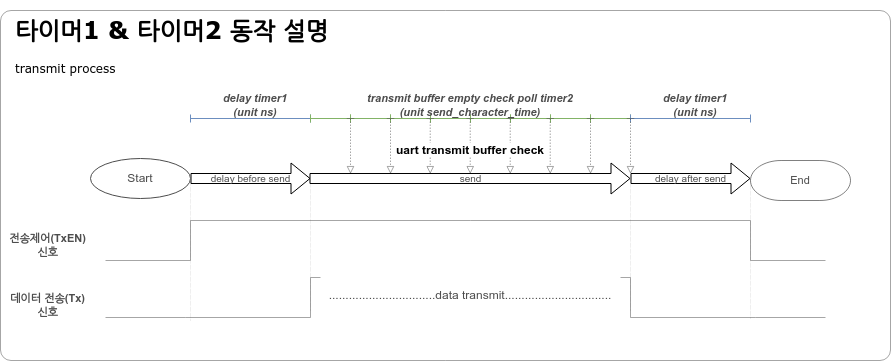
lchy0113/tcc_develop keeps this draw.io diagram as images/AMBA-PL011_RS485_04.png. Above is the earlier version. Source tidied: cells renumbered, new cells last; positions are measured from the earlier drawing's top-left corner, leaving out a move shared by most shapes.
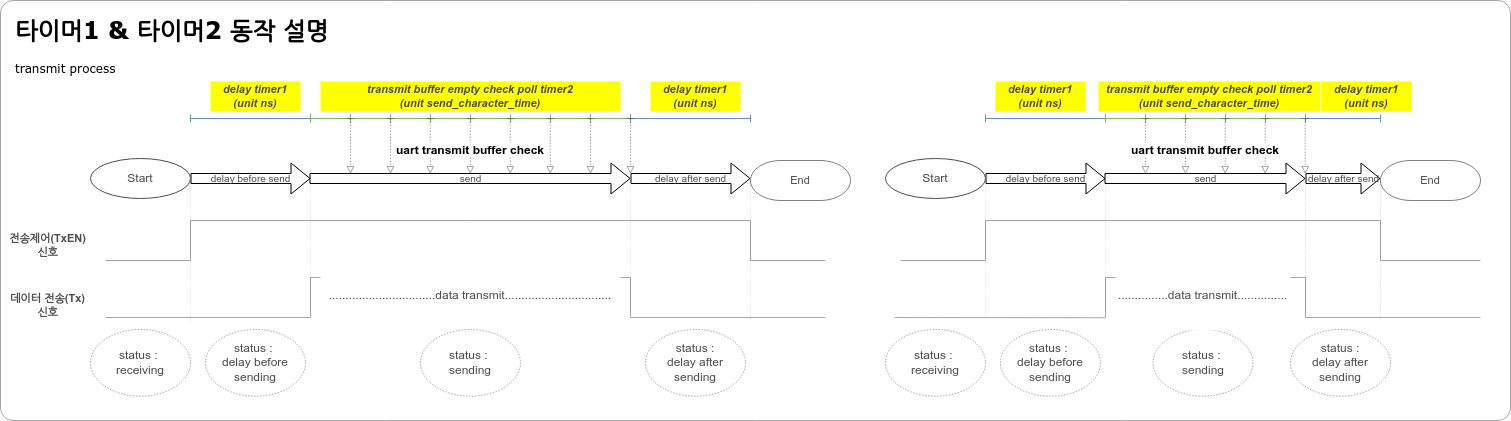
The same diagram one commit later.

The edit, as a diff of the source:
```diff
@@ -3,7 +3,7 @@
     <mxCell id="0" />
     <mxCell id="1" parent="0" />
     <mxCell id="2" style="rounded=1;whiteSpace=wrap;html=1;arcSize=3;strokeWidth=0.5;strokeColor=#4D4D4D;" parent="1" vertex="1">
-      <mxGeometry width="890" height="350" as="geometry" />
+      <mxGeometry y="-10" width="1510" height="420" as="geometry" />
     </mxCell>
     <mxCell id="3" value="&lt;h1&gt;&lt;font face=&quot;Verdana&quot;&gt;타이머1 &amp;amp; 타이머2 동작 설명&amp;nbsp;&lt;/font&gt;&lt;/h1&gt;&lt;p&gt;&lt;font face=&quot;Verdana&quot;&gt;transmit process&lt;/font&gt;&lt;/p&gt;" style="text;html=1;strokeColor=none;fillColor=none;spacing=5;spacingTop=-20;whiteSpace=wrap;overflow=hidden;rounded=0;" parent="1" vertex="1">
       <mxGeometry x="10" width="340" height="140" as="geometry" />
@@ -80,8 +80,8 @@
         <mxPoint x="630" y="108" as="targetPoint" />
       </mxGeometry>
     </mxCell>
-    <mxCell id="16" value="delay timer1&lt;br&gt;(unit ns)" style="text;html=1;align=center;verticalAlign=middle;whiteSpace=wrap;rounded=0;fontSize=11;fontColor=#4D4D4D;fontStyle=3;labelBackgroundColor=none;labelBorderColor=none;" parent="1" vertex="1">
-      <mxGeometry x="210" y="80" width="90" height="30" as="geometry" />
+    <mxCell id="16" value="delay timer1&lt;br&gt;(unit ns)" style="text;html=1;align=center;verticalAlign=middle;whiteSpace=wrap;rounded=0;fontSize=11;fontColor=#4D4D4D;fontStyle=3;labelBackgroundColor=none;labelBorderColor=none;fillColor=#FFFF00;" parent="1" vertex="1">
+      <mxGeometry x="210" y="71" width="90" height="30" as="geometry" />
     </mxCell>
     <mxCell id="17" style="endArrow=baseDash;startArrow=baseDash;html=1;rounded=0;fillColor=#dae8fc;strokeColor=#6c8ebf;startFill=0;endFill=0;" parent="1" edge="1">
       <mxGeometry relative="1" as="geometry">
@@ -89,11 +89,11 @@
         <mxPoint x="750" y="108" as="targetPoint" />
       </mxGeometry>
     </mxCell>
-    <mxCell id="18" value="delay timer1&lt;br&gt;(unit ns)" style="text;html=1;align=center;verticalAlign=middle;whiteSpace=wrap;rounded=0;fontSize=11;fontColor=#4D4D4D;fontStyle=3;labelBackgroundColor=none;labelBorderColor=none;" parent="1" vertex="1">
-      <mxGeometry x="650" y="80" width="90" height="30" as="geometry" />
+    <mxCell id="18" value="delay timer1&lt;br&gt;(unit ns)" style="text;html=1;align=center;verticalAlign=middle;whiteSpace=wrap;rounded=0;fontSize=11;fontColor=#4D4D4D;fontStyle=3;labelBackgroundColor=none;labelBorderColor=none;fillColor=#FFFF00;" parent="1" vertex="1">
+      <mxGeometry x="650" y="71" width="90" height="30" as="geometry" />
     </mxCell>
-    <mxCell id="19" value="transmit buffer empty check poll timer2&lt;br&gt;(unit send_character_time)" style="text;html=1;align=center;verticalAlign=middle;whiteSpace=wrap;rounded=0;fontSize=11;fontColor=#4D4D4D;fontStyle=3;labelBackgroundColor=none;labelBorderColor=none;" parent="1" vertex="1">
-      <mxGeometry x="320" y="80" width="300" height="30" as="geometry" />
+    <mxCell id="19" value="transmit buffer empty check poll timer2&lt;br&gt;(unit send_character_time)" style="text;html=1;align=center;verticalAlign=middle;whiteSpace=wrap;rounded=0;fontSize=11;fontColor=#4D4D4D;fontStyle=3;labelBackgroundColor=none;labelBorderColor=none;fillColor=#FFFF00;" parent="1" vertex="1">
+      <mxGeometry x="320" y="71" width="300" height="30" as="geometry" />
     </mxCell>
     <mxCell id="20" style="endArrow=block;startArrow=baseDash;html=1;rounded=0;fillColor=#d5e8d4;strokeColor=#4D4D4D;startFill=0;endFill=0;dashed=1;strokeWidth=0.5;labelBorderColor=none;" parent="1" edge="1">
       <mxGeometry y="20" relative="1" as="geometry">
@@ -211,5 +211,212 @@
     <mxCell id="39" value="Start" style="strokeWidth=1;html=1;shape=mxgraph.flowchart.start_1;whiteSpace=wrap;strokeColor=#4D4D4D;fontColor=#4D4D4D;" parent="1" vertex="1">
       <mxGeometry x="90" y="148" width="100" height="40" as="geometry" />
     </mxCell>
+    <mxCell id="40" value="status :&amp;nbsp;&lt;br&gt;receiving" style="ellipse;whiteSpace=wrap;html=1;strokeColor=#4D4D4D;strokeWidth=0.5;fontColor=#4D4D4D;dashed=1;" parent="1" vertex="1">
+      <mxGeometry x="90" y="319" width="100" height="66.7" as="geometry" />
+    </mxCell>
+    <mxCell id="41" value="status :&amp;nbsp;&lt;br&gt;delay before sending" style="ellipse;whiteSpace=wrap;html=1;strokeColor=#4D4D4D;strokeWidth=0.5;fontColor=#4D4D4D;dashed=1;" parent="1" vertex="1">
+      <mxGeometry x="205" y="319" width="100" height="66.7" as="geometry" />
+    </mxCell>
+    <mxCell id="42" value="status :&amp;nbsp;&lt;br&gt;sending" style="ellipse;whiteSpace=wrap;html=1;strokeColor=#4D4D4D;strokeWidth=0.5;fontColor=#4D4D4D;dashed=1;" parent="1" vertex="1">
+      <mxGeometry x="420" y="319" width="100" height="66.7" as="geometry" />
+    </mxCell>
+    <mxCell id="43" value="status :&lt;br&gt;delay after sending" style="ellipse;whiteSpace=wrap;html=1;strokeColor=#4D4D4D;strokeWidth=0.5;fontColor=#4D4D4D;dashed=1;" parent="1" vertex="1">
+      <mxGeometry x="645" y="319" width="100" height="66.7" as="geometry" />
+    </mxCell>
+    <mxCell id="44" value="delay before send" style="shape=flexArrow;endArrow=classic;html=1;rounded=0;fontSize=10;labelBackgroundColor=none;fontColor=#4D4D4D;" parent="1" edge="1">
+      <mxGeometry relative="1" as="geometry">
+        <mxPoint x="985" y="168" as="sourcePoint" />
+        <mxPoint x="1105" y="168" as="targetPoint" />
+      </mxGeometry>
+    </mxCell>
+    <mxCell id="45" value="send" style="shape=flexArrow;endArrow=classic;html=1;rounded=0;fontSize=10;labelBackgroundColor=none;fontColor=#4D4D4D;" parent="1" edge="1">
+      <mxGeometry relative="1" as="geometry">
+        <mxPoint x="1104" y="168" as="sourcePoint" />
+        <mxPoint x="1305" y="168" as="targetPoint" />
+      </mxGeometry>
+    </mxCell>
+    <mxCell id="46" value="delay after send" style="shape=flexArrow;endArrow=classic;html=1;rounded=0;fontSize=10;labelBackgroundColor=none;fontColor=#4D4D4D;" parent="1" edge="1">
+      <mxGeometry relative="1" as="geometry">
+        <mxPoint x="1305" y="168" as="sourcePoint" />
+        <mxPoint x="1380" y="168" as="targetPoint" />
+      </mxGeometry>
+    </mxCell>
+    <mxCell id="47" style="endArrow=baseDash;startArrow=baseDash;html=1;rounded=0;fillColor=#dae8fc;strokeColor=#6c8ebf;startFill=0;endFill=0;" parent="1" edge="1">
+      <mxGeometry relative="1" as="geometry">
+        <mxPoint x="985" y="108" as="sourcePoint" />
+        <mxPoint x="1105" y="108" as="targetPoint" />
+      </mxGeometry>
+    </mxCell>
+    <mxCell id="48" style="endArrow=baseDash;startArrow=baseDash;html=1;rounded=0;fillColor=#d5e8d4;strokeColor=#82b366;startFill=0;endFill=0;" parent="1" edge="1">
+      <mxGeometry y="20" relative="1" as="geometry">
+        <mxPoint x="1105" y="108" as="sourcePoint" />
+        <mxPoint x="1145" y="108" as="targetPoint" />
+      </mxGeometry>
+    </mxCell>
+    <mxCell id="49" style="endArrow=baseDash;startArrow=baseDash;html=1;rounded=0;fillColor=#d5e8d4;strokeColor=#82b366;startFill=0;endFill=0;" parent="1" edge="1">
+      <mxGeometry y="20" relative="1" as="geometry">
+        <mxPoint x="1145" y="108" as="sourcePoint" />
+        <mxPoint x="1185" y="108" as="targetPoint" />
+      </mxGeometry>
+    </mxCell>
+    <mxCell id="50" style="endArrow=baseDash;startArrow=baseDash;html=1;rounded=0;fillColor=#d5e8d4;strokeColor=#82b366;startFill=0;endFill=0;" parent="1" edge="1">
+      <mxGeometry y="20" relative="1" as="geometry">
+        <mxPoint x="1185" y="108" as="sourcePoint" />
+        <mxPoint x="1225" y="108" as="targetPoint" />
+      </mxGeometry>
+    </mxCell>
+    <mxCell id="51" style="endArrow=baseDash;startArrow=baseDash;html=1;rounded=0;fillColor=#d5e8d4;strokeColor=#82b366;startFill=0;endFill=0;" parent="1" edge="1">
+      <mxGeometry y="20" relative="1" as="geometry">
+        <mxPoint x="1225" y="108" as="sourcePoint" />
+        <mxPoint x="1265" y="108" as="targetPoint" />
+      </mxGeometry>
+    </mxCell>
+    <mxCell id="52" style="endArrow=baseDash;startArrow=baseDash;html=1;rounded=0;fillColor=#d5e8d4;strokeColor=#82b366;startFill=0;endFill=0;" parent="1" edge="1">
+      <mxGeometry y="20" relative="1" as="geometry">
+        <mxPoint x="1265" y="108" as="sourcePoint" />
+        <mxPoint x="1305" y="108" as="targetPoint" />
+      </mxGeometry>
+    </mxCell>
+    <mxCell id="53" style="endArrow=baseDash;startArrow=baseDash;html=1;rounded=0;fillColor=#dae8fc;strokeColor=#6c8ebf;startFill=0;endFill=0;" parent="1" edge="1">
+      <mxGeometry relative="1" as="geometry">
+        <mxPoint x="1305" y="108" as="sourcePoint" />
+        <mxPoint x="1380" y="108" as="targetPoint" />
+      </mxGeometry>
+    </mxCell>
+    <mxCell id="54" value="transmit buffer empty check poll timer2&lt;br&gt;(unit send_character_time)" style="text;html=1;align=center;verticalAlign=middle;whiteSpace=wrap;rounded=0;fontSize=11;fontColor=#4D4D4D;fontStyle=3;labelBackgroundColor=none;labelBorderColor=none;fillColor=#FFFF00;" parent="1" vertex="1">
+      <mxGeometry x="1098" y="71" width="222" height="30" as="geometry" />
+    </mxCell>
+    <mxCell id="55" style="endArrow=block;startArrow=baseDash;html=1;rounded=0;fillColor=#d5e8d4;strokeColor=#4D4D4D;startFill=0;endFill=0;dashed=1;strokeWidth=0.5;labelBorderColor=none;" parent="1" edge="1">
+      <mxGeometry y="20" relative="1" as="geometry">
+        <mxPoint x="1145" y="108" as="sourcePoint" />
+        <mxPoint x="1145" y="163" as="targetPoint" />
+      </mxGeometry>
+    </mxCell>
+    <mxCell id="56" style="endArrow=block;startArrow=baseDash;html=1;rounded=0;fillColor=#d5e8d4;strokeColor=#4D4D4D;startFill=0;endFill=0;dashed=1;strokeWidth=0.5;labelBorderColor=none;" parent="1" edge="1">
+      <mxGeometry y="20" relative="1" as="geometry">
+        <mxPoint x="1185" y="108" as="sourcePoint" />
+        <mxPoint x="1185" y="163" as="targetPoint" />
+      </mxGeometry>
+    </mxCell>
+    <mxCell id="57" style="endArrow=block;startArrow=baseDash;html=1;rounded=0;fillColor=#d5e8d4;strokeColor=#4D4D4D;startFill=0;endFill=0;dashed=1;strokeWidth=0.5;labelBorderColor=none;" parent="1" edge="1">
+      <mxGeometry y="20" relative="1" as="geometry">
+        <mxPoint x="1224.7" y="108" as="sourcePoint" />
+        <mxPoint x="1224.7" y="163" as="targetPoint" />
+      </mxGeometry>
+    </mxCell>
+    <mxCell id="58" style="endArrow=block;startArrow=baseDash;html=1;rounded=0;fillColor=#d5e8d4;strokeColor=#4D4D4D;startFill=0;endFill=0;dashed=1;strokeWidth=0.5;labelBorderColor=none;" parent="1" edge="1">
+      <mxGeometry y="20" relative="1" as="geometry">
+        <mxPoint x="1264.7" y="108" as="sourcePoint" />
+        <mxPoint x="1264.7" y="163" as="targetPoint" />
+      </mxGeometry>
+    </mxCell>
+    <mxCell id="59" style="endArrow=block;startArrow=baseDash;html=1;rounded=0;fillColor=#d5e8d4;strokeColor=#4D4D4D;startFill=0;endFill=0;dashed=1;strokeWidth=0.5;labelBorderColor=none;" parent="1" edge="1">
+      <mxGeometry y="20" relative="1" as="geometry">
+        <mxPoint x="1304.7" y="108" as="sourcePoint" />
+        <mxPoint x="1304.7" y="163" as="targetPoint" />
+      </mxGeometry>
+    </mxCell>
+    <mxCell id="60" value="&lt;b style=&quot;background-color: rgb(255, 255, 255);&quot;&gt;uart transmit buffer check&lt;/b&gt;" style="text;html=1;strokeColor=none;fillColor=none;align=center;verticalAlign=middle;whiteSpace=wrap;rounded=0;" parent="1" vertex="1">
+      <mxGeometry x="1125" y="125" width="160" height="30" as="geometry" />
+    </mxCell>
+    <mxCell id="61" value="End" style="strokeWidth=0.5;html=1;shape=mxgraph.flowchart.terminator;whiteSpace=wrap;fontColor=#4D4D4D;strokeColor=#000000;fontSize=11;" parent="1" vertex="1">
+      <mxGeometry x="1380" y="150" width="100" height="40" as="geometry" />
+    </mxCell>
+    <mxCell id="62" style="endArrow=none;html=1;rounded=0;strokeColor=#4D4D4D;strokeWidth=0.5;" parent="1" edge="1">
+      <mxGeometry relative="1" as="geometry">
+        <mxPoint x="1480" y="250" as="sourcePoint" />
+        <mxPoint x="900" y="250" as="targetPoint" />
+        <Array as="points">
+          <mxPoint x="1380" y="250" />
+          <mxPoint x="1380" y="210" />
+          <mxPoint x="985" y="210" />
+          <mxPoint x="985" y="250" />
+        </Array>
+      </mxGeometry>
+    </mxCell>
+    <mxCell id="63" style="endArrow=none;html=1;rounded=0;strokeColor=#4D4D4D;strokeWidth=0.5;exitX=0.698;exitY=0.542;exitDx=0;exitDy=0;exitPerimeter=0;" parent="1" edge="1">
+      <mxGeometry relative="1" as="geometry">
+        <mxPoint x="1104.7" y="307.3" as="sourcePoint" />
+        <mxPoint x="894" y="307" as="targetPoint" />
+      </mxGeometry>
+    </mxCell>
+    <mxCell id="64" style="endArrow=none;dashed=1;html=1;dashPattern=1 3;strokeWidth=0.3;rounded=0;strokeColor=#4D4D4D;" parent="1" edge="1">
+      <mxGeometry relative="1" as="geometry">
+        <mxPoint x="1105" y="300" as="sourcePoint" />
+        <mxPoint x="1105" y="170" as="targetPoint" />
+      </mxGeometry>
+    </mxCell>
+    <mxCell id="65" style="endArrow=none;dashed=1;html=1;dashPattern=1 3;strokeWidth=0.3;rounded=0;strokeColor=#4D4D4D;" parent="1" edge="1">
+      <mxGeometry relative="1" as="geometry">
+        <mxPoint x="1305" y="307" as="sourcePoint" />
+        <mxPoint x="1305" y="167" as="targetPoint" />
+      </mxGeometry>
+    </mxCell>
+    <mxCell id="66" style="endArrow=none;dashed=1;html=1;dashPattern=1 3;strokeWidth=0.3;rounded=0;strokeColor=#4D4D4D;entryX=1;entryY=0.5;entryDx=0;entryDy=0;entryPerimeter=0;" parent="1" edge="1">
+      <mxGeometry relative="1" as="geometry">
+        <mxPoint x="985" y="306" as="sourcePoint" />
+        <mxPoint x="985" y="166" as="targetPoint" />
+      </mxGeometry>
+    </mxCell>
+    <mxCell id="67" style="endArrow=none;dashed=1;html=1;dashPattern=1 3;strokeWidth=0.3;rounded=0;strokeColor=#4D4D4D;entryX=1;entryY=0.5;entryDx=0;entryDy=0;entryPerimeter=0;" parent="1" edge="1">
+      <mxGeometry relative="1" as="geometry">
+        <mxPoint x="1380" y="307" as="sourcePoint" />
+        <mxPoint x="1380" y="167" as="targetPoint" />
+      </mxGeometry>
+    </mxCell>
+    <mxCell id="68" value="Start" style="strokeWidth=1;html=1;shape=mxgraph.flowchart.start_1;whiteSpace=wrap;strokeColor=#4D4D4D;fontColor=#4D4D4D;" parent="1" vertex="1">
+      <mxGeometry x="885" y="148" width="100" height="40" as="geometry" />
+    </mxCell>
+    <mxCell id="69" value="status :&amp;nbsp;&lt;br&gt;receiving" style="ellipse;whiteSpace=wrap;html=1;strokeColor=#4D4D4D;strokeWidth=0.5;fontColor=#4D4D4D;dashed=1;" parent="1" vertex="1">
+      <mxGeometry x="885" y="319" width="100" height="66.7" as="geometry" />
+    </mxCell>
+    <mxCell id="70" value="status :&amp;nbsp;&lt;br&gt;delay before sending" style="ellipse;whiteSpace=wrap;html=1;strokeColor=#4D4D4D;strokeWidth=0.5;fontColor=#4D4D4D;dashed=1;" parent="1" vertex="1">
+      <mxGeometry x="1000" y="319" width="100" height="66.7" as="geometry" />
+    </mxCell>
+    <mxCell id="71" value="status :&amp;nbsp;&lt;br&gt;sending" style="ellipse;whiteSpace=wrap;html=1;strokeColor=#4D4D4D;strokeWidth=0.5;fontColor=#4D4D4D;dashed=1;" parent="1" vertex="1">
+      <mxGeometry x="1152.5" y="319" width="100" height="66.7" as="geometry" />
+    </mxCell>
+    <mxCell id="72" value="status :&lt;br&gt;delay after sending" style="ellipse;whiteSpace=wrap;html=1;strokeColor=#4D4D4D;strokeWidth=0.5;fontColor=#4D4D4D;dashed=1;" parent="1" vertex="1">
+      <mxGeometry x="1290" y="319" width="100" height="66.7" as="geometry" />
+    </mxCell>
+    <mxCell id="73" style="endArrow=none;html=1;rounded=0;strokeColor=#4D4D4D;strokeWidth=0.5;exitX=-0.003;exitY=0.81;exitDx=0;exitDy=0;exitPerimeter=0;" parent="1" edge="1">
+      <mxGeometry relative="1" as="geometry">
+        <mxPoint x="1480" y="307" as="sourcePoint" />
+        <mxPoint x="1305" y="307" as="targetPoint" />
+      </mxGeometry>
+    </mxCell>
+    <mxCell id="74" style="endArrow=none;html=1;rounded=0;strokeColor=#4D4D4D;strokeWidth=0.5;exitX=0.698;exitY=0.542;exitDx=0;exitDy=0;exitPerimeter=0;" parent="1" edge="1">
+      <mxGeometry relative="1" as="geometry">
+        <mxPoint x="1305" y="307" as="sourcePoint" />
+        <mxPoint x="1305" y="267" as="targetPoint" />
+      </mxGeometry>
+    </mxCell>
+    <mxCell id="75" style="endArrow=none;html=1;rounded=0;strokeColor=#4D4D4D;strokeWidth=0.5;exitX=0.698;exitY=0.542;exitDx=0;exitDy=0;exitPerimeter=0;" parent="1" edge="1">
+      <mxGeometry relative="1" as="geometry">
+        <mxPoint x="1105" y="307" as="sourcePoint" />
+        <mxPoint x="1105" y="267" as="targetPoint" />
+      </mxGeometry>
+    </mxCell>
+    <mxCell id="76" style="endArrow=none;html=1;rounded=0;strokeColor=#4D4D4D;strokeWidth=0.5;exitX=0.698;exitY=0.542;exitDx=0;exitDy=0;exitPerimeter=0;" parent="1" edge="1">
+      <mxGeometry relative="1" as="geometry">
+        <mxPoint x="1105" y="267" as="sourcePoint" />
+        <mxPoint x="1135" y="267" as="targetPoint" />
+      </mxGeometry>
+    </mxCell>
+    <mxCell id="77" style="endArrow=none;html=1;rounded=0;strokeColor=#4D4D4D;strokeWidth=0.5;exitX=0.698;exitY=0.542;exitDx=0;exitDy=0;exitPerimeter=0;" parent="1" edge="1">
+      <mxGeometry relative="1" as="geometry">
+        <mxPoint x="1275" y="267" as="sourcePoint" />
+        <mxPoint x="1305" y="267" as="targetPoint" />
+      </mxGeometry>
+    </mxCell>
+    <mxCell id="78" value="...............data transmit..............." style="rounded=0;whiteSpace=wrap;html=1;strokeWidth=0.5;strokeColor=none;fontColor=#4D4D4D;" parent="1" vertex="1">
+      <mxGeometry x="1115" y="250" width="175" height="70" as="geometry" />
+    </mxCell>
+    <mxCell id="79" value="delay timer1&lt;br&gt;(unit ns)" style="text;html=1;align=center;verticalAlign=middle;whiteSpace=wrap;rounded=0;fontSize=11;fontColor=#4D4D4D;fontStyle=3;labelBackgroundColor=none;labelBorderColor=none;fillColor=#FFFF00;" parent="1" vertex="1">
+      <mxGeometry x="995" y="71" width="90" height="30" as="geometry" />
+    </mxCell>
+    <mxCell id="80" value="delay timer1&lt;br&gt;(unit ns)" style="text;html=1;align=center;verticalAlign=middle;whiteSpace=wrap;rounded=0;fontSize=11;fontColor=#4D4D4D;fontStyle=3;labelBackgroundColor=none;labelBorderColor=none;fillColor=#FFFF00;" parent="1" vertex="1">
+      <mxGeometry x="1321" y="71" width="90" height="30" as="geometry" />
+    </mxCell>
   </root>
 </mxGraphModel>
```
